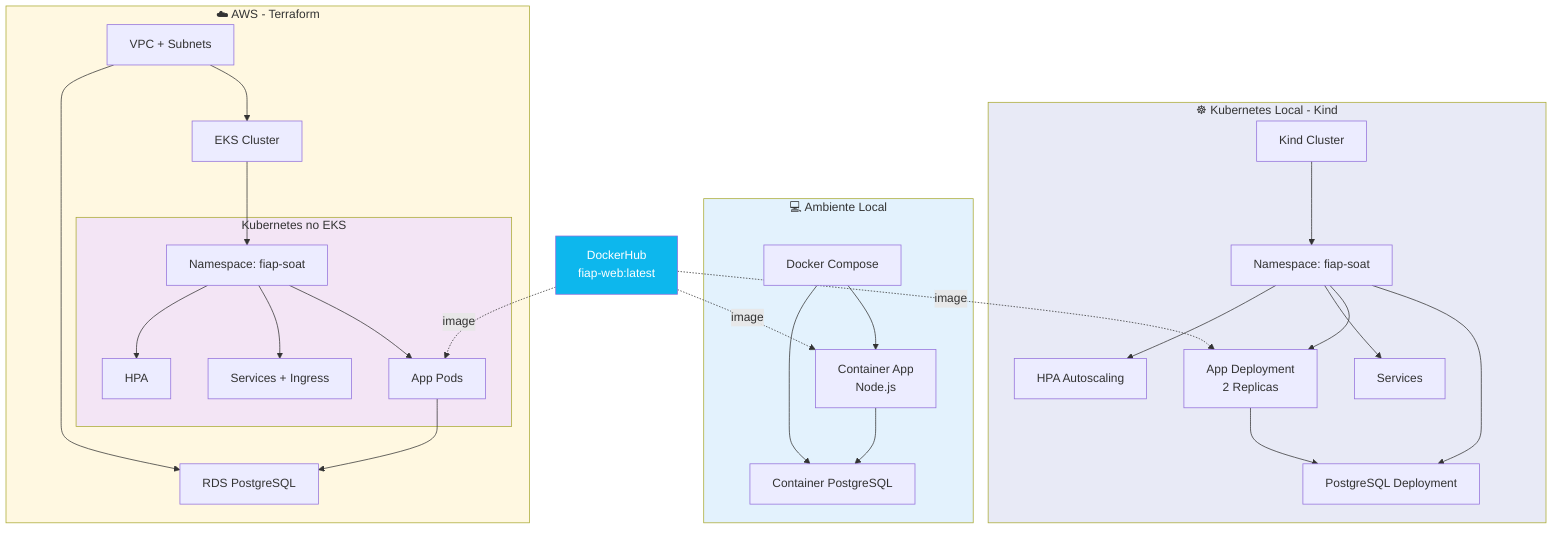
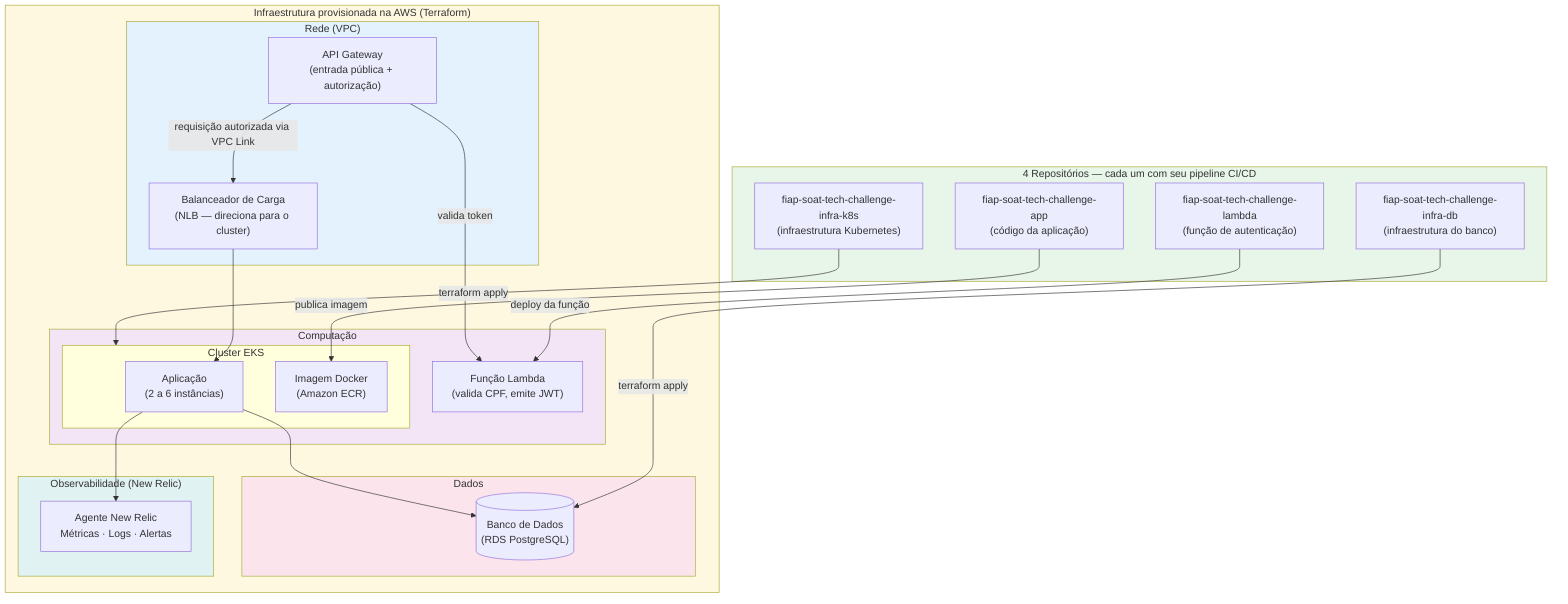
flowchart TB
-     subgraph Local["💻 Ambiente Local"]
-         DC[Docker Compose]
-         APP_C[Container App<br/>Node.js]
-         PG_C[Container PostgreSQL]
- 
-         DC --> APP_C & PG_C
-         APP_C --> PG_C
+     subgraph Repos["4 Repositórios — cada um com seu pipeline CI/CD"]
+         REPO_APP["fiap-soat-tech-challenge-app\n(código da aplicação)"]
+         REPO_LAMBDA["fiap-soat-tech-challenge-lambda\n(função de autenticação)"]
+         REPO_K8S["fiap-soat-tech-challenge-infra-k8s\n(infraestrutura Kubernetes)"]
+         REPO_DB["fiap-soat-tech-challenge-infra-db\n(infraestrutura do banco)"]
    end

-     subgraph Kind["☸️ Kubernetes Local - Kind"]
-         K_CLUSTER[Kind Cluster]
-         K_NS[Namespace: fiap-soat]
-         K_PG[PostgreSQL Deployment]
-         K_APP[App Deployment<br/>2 Replicas]
-         K_SVC[Services]
-         K_HPA[HPA Autoscaling]
+     subgraph AWS["Infraestrutura provisionada na AWS (Terraform)"]
+         subgraph Rede["Rede (VPC)"]
+             APIGW["API Gateway\n(entrada pública + autorização)"]
+             NLB["Balanceador de Carga\n(NLB — direciona para o cluster)"]
+         end

-         K_CLUSTER --> K_NS
-         K_NS --> K_PG & K_APP
-         K_NS --> K_SVC & K_HPA
-         K_APP --> K_PG
+         subgraph Computacao["Computação"]
+             LAMBDA_FN["Função Lambda\n(valida CPF, emite JWT)"]
+             subgraph EKS["Cluster EKS"]
+                 PODS["Aplicação\n(2 a 6 instâncias)"]
+                 ECR_IMG["Imagem Docker\n(Amazon ECR)"]
+             end
+         end
+ 
+         subgraph Dados["Dados"]
+             RDS[("Banco de Dados\n(RDS PostgreSQL)")]
+         end
+ 
+         subgraph Observabilidade["Observabilidade (New Relic)"]
+             NR["Agente New Relic\nMétricas · Logs · Alertas"]
+         end
    end

-     subgraph AWS["☁️ AWS - Terraform"]
-         VPC[VPC + Subnets]
-         EKS[EKS Cluster]
-         RDS[RDS PostgreSQL]
+     REPO_APP -->|"publica imagem"| ECR_IMG
+     REPO_LAMBDA -->|"deploy da função"| LAMBDA_FN
+     REPO_K8S -->|"terraform apply"| EKS
+     REPO_DB -->|"terraform apply"| RDS

-         subgraph K8s_AWS["Kubernetes no EKS"]
-             AWS_NS[Namespace: fiap-soat]
-             AWS_APP[App Pods]
-             AWS_SVC[Services + Ingress]
-             AWS_HPA[HPA]
-         end
+     APIGW -->|"requisição autorizada via VPC Link"| NLB
+     APIGW -->|"valida token"| LAMBDA_FN
+     NLB --> PODS
+     PODS --> RDS
+     PODS --> NR

-         VPC --> EKS & RDS
-         EKS --> AWS_NS
-         AWS_NS --> AWS_APP & AWS_SVC & AWS_HPA
-         AWS_APP --> RDS
-     end
- 
-     DOCKER[DockerHub<br/>fiap-web:latest] -.image.-> APP_C & K_APP & AWS_APP
- 
-     style Local fill:#e3f2fd
-     style Kind fill:#e8eaf6
+     style Repos fill:#e8f5e9
    style AWS fill:#fff8e1
-     style K8s_AWS fill:#f3e5f5
-     style DOCKER fill:#0db7ed,color:#fff
+     style Rede fill:#e3f2fd
+     style Computacao fill:#f3e5f5
+     style Dados fill:#fce4ec
+     style Observabilidade fill:#e0f2f1
